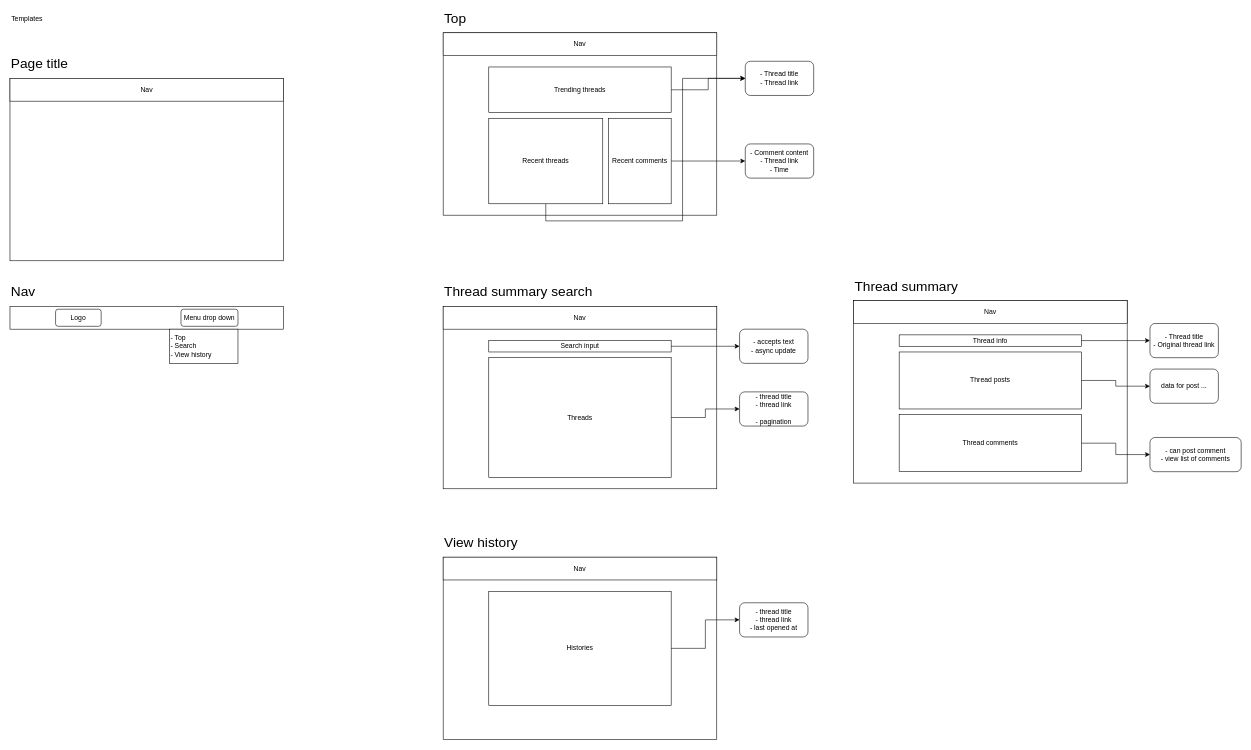
The draw.io diagram page "UI - user" (2 of 2) of docs/shota.drawio in eiji03aero/shota, before the edit. Source tidied: cells renumbered, new cells numbered last; positions are measured from the earlier drawing's top-left corner, leaving out a move shared by most shapes. Both pictures are drawn from the tidied source at 57%, with x=0, y=0 at pixel (10, 10).
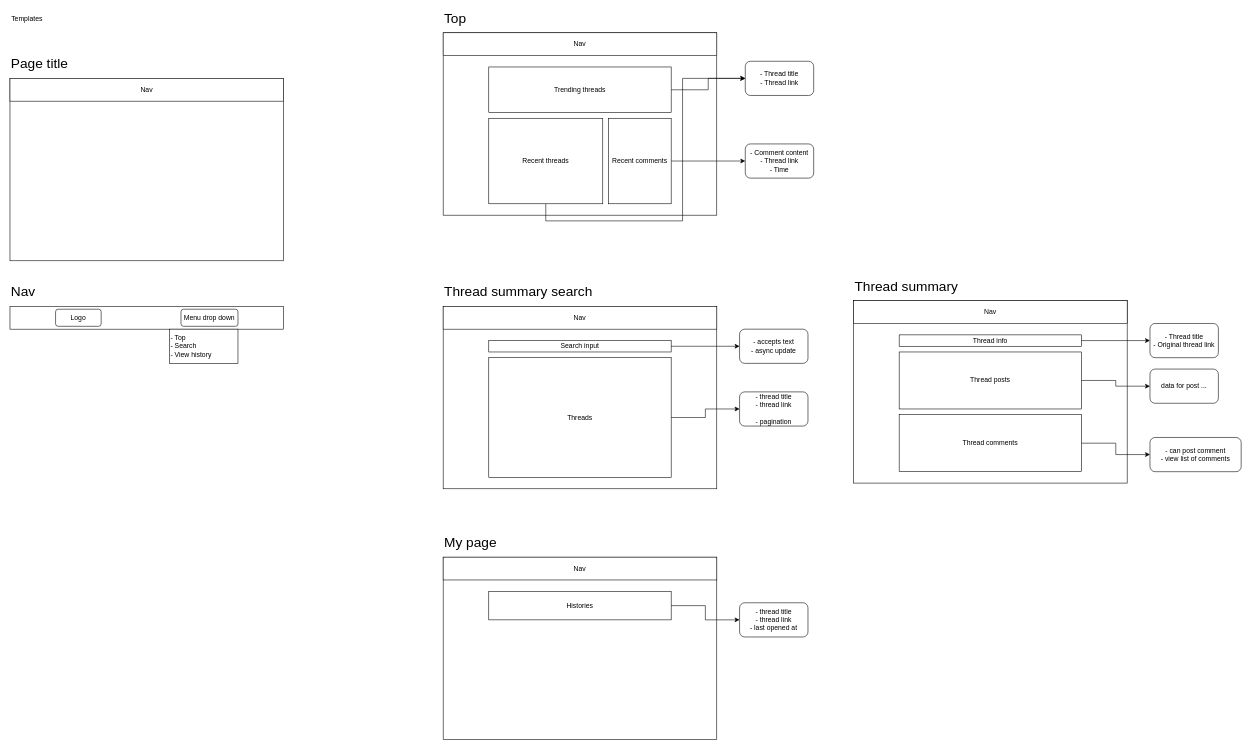
After the change.

Unchanged cells that the change refers to:
```xml
<mxCell id="37" style="group;" parent="1" vertex="1">
  <mxGeometry x="760" y="520" width="480" height="320" as="geometry" />
</mxCell>
<mxCell id="42" style="group;" parent="37" vertex="1">
  <mxGeometry y="440" width="480" height="320" as="geometry" />
</mxCell>
```

Diff of the diagram source:
```diff
@@
     <mxCell id="45" value="Histories" style="rounded=0;whiteSpace=wrap;html=1;fontSize=12;" parent="42" vertex="1">
-      <mxGeometry x="80" y="60" width="320" height="200" as="geometry" />
+      <mxGeometry x="80" y="60" width="320" height="50" as="geometry" />
     </mxCell>
-    <mxCell id="46" value="&lt;font style=&quot;font-size: 24px&quot;&gt;View history&lt;/font&gt;" style="text;html=1;strokeColor=none;fillColor=none;align=left;verticalAlign=middle;whiteSpace=wrap;rounded=0;" parent="37" vertex="1">
+    <mxCell id="46" value="&lt;font style=&quot;font-size: 24px&quot;&gt;My page&lt;/font&gt;" style="text;html=1;strokeColor=none;fillColor=none;align=left;verticalAlign=middle;whiteSpace=wrap;rounded=0;" parent="37" vertex="1">
       <mxGeometry y="400" width="400" height="30" as="geometry" />
     </mxCell>
```
